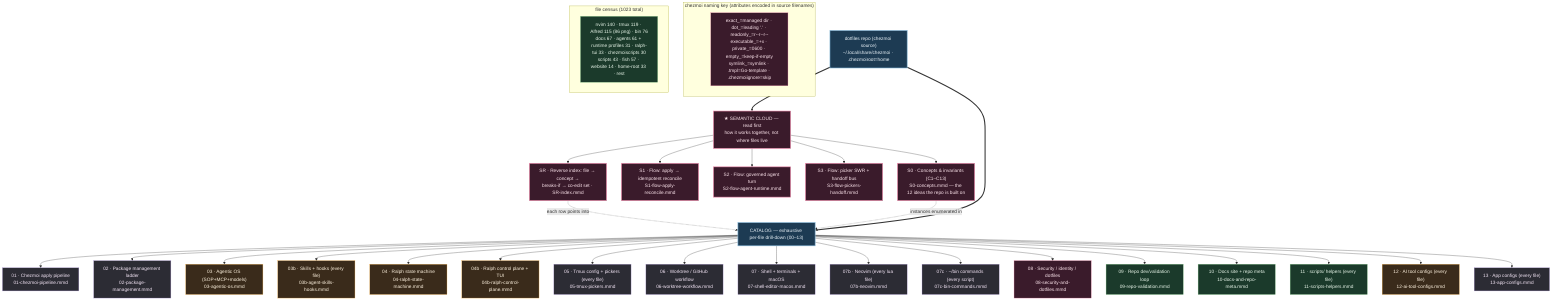
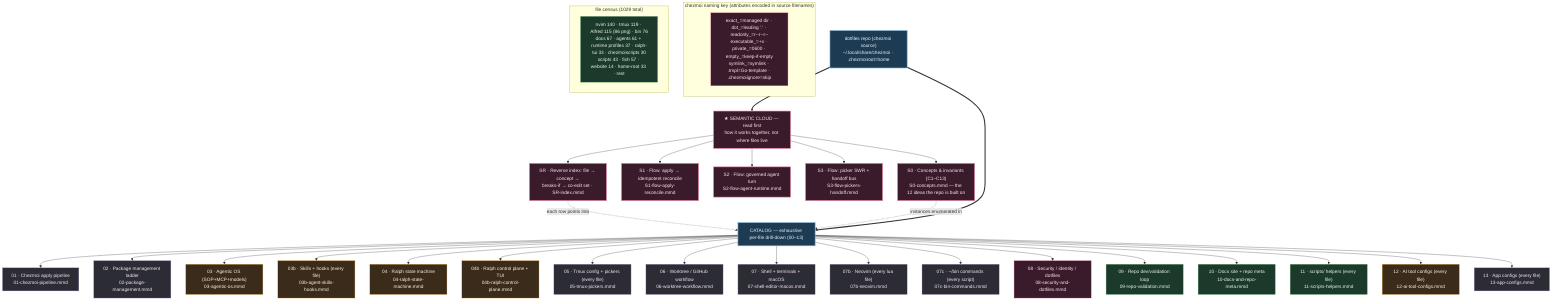
%% ============================================================================
%% 00-overview.mmd — Master navigation map for kapral18/dotfiles
%% TWO LAYERS:
%%   SEMANTIC CLOUD (read first) — how the system THINKS: concepts+invariants
%%     (S0), cross-cutting flows (S1/S2/S3), and a reverse index (SR) that maps
%%     any file to its concept, blast radius, and co-edit set.
%%   CATALOG (drill-down) — how the system is LAID OUT: 00-13 enumerate every
- %%     one of the 1023 tracked files by exact chezmoi source path.
+ %%     one of the 1029 tracked files by exact chezmoi source path.
%% `home/` is chezmoi source deployed to $HOME; scripts/tools/website/docs are
%% repo-side (NOT deployed). Each node → a deeper .mmd.
%% ============================================================================
graph TD
    classDef entry fill:#1d3b53,stroke:#7fb3d5,color:#eaf2f8,stroke-width:2px;
    classDef sys fill:#2c2c34,stroke:#b39ddb,color:#f3e5f5;
    classDef ai fill:#3a2b1b,stroke:#ffb74d,color:#fff3e0;
    classDef repo fill:#1b3a2b,stroke:#81c784,color:#e8f5e9;
    classDef data fill:#3a1b2b,stroke:#f48fb1,color:#fce4ec;
    classDef sem fill:#3a1b2b,stroke:#f48fb1,color:#fce4ec,stroke-width:2px;

    ROOT["dotfiles repo (chezmoi source)<br/>~/.local/share/chezmoi · .chezmoiroot=home"]:::entry

    %% ---- SEMANTIC LAYER (read before the catalog) --------------------------
    ROOT ==> SEMHEAD["★ SEMANTIC CLOUD — read first<br/>how it works together, not where files live"]:::sem
    SEMHEAD --> S0["S0 · Concepts & invariants (C1–C13)<br/>S0-concepts.mmd — the 12 ideas the repo is built on"]:::sem
    SEMHEAD --> S1["S1 · Flow: apply → idempotent reconcile<br/>S1-flow-apply-reconcile.mmd"]:::sem
    SEMHEAD --> S2["S2 · Flow: governed agent turn<br/>S2-flow-agent-runtime.mmd"]:::sem
    SEMHEAD --> S3["S3 · Flow: picker SWR + handoff bus<br/>S3-flow-pickers-handoff.mmd"]:::sem
    SEMHEAD --> SR["SR · Reverse index: file → concept →<br/>breaks-if → co-edit set · SR-index.mmd"]:::sem
    SR -. "each row points into" .-> CATHEAD
    S0 -. "instances enumerated in" .-> CATHEAD

    %% ---- CATALOG LAYER (exhaustive per-file drill-down) --------------------
    ROOT ==> CATHEAD["CATALOG — exhaustive per-file drill-down (00–13)"]:::entry

    CATHEAD --> CZ["01 · Chezmoi apply pipeline<br/>01-chezmoi-pipeline.mmd"]:::sys
    CATHEAD --> PKG["02 · Package management ladder<br/>02-package-management.mmd"]:::sys
    CATHEAD --> AIOS["03 · Agentic OS (SOP+MCP+models)<br/>03-agentic-os.mmd"]:::ai
    CATHEAD --> SKILLS["03b · Skills + hooks (every file)<br/>03b-agent-skills-hooks.mmd"]:::ai
    CATHEAD --> RALPH["04 · Ralph state machine<br/>04-ralph-state-machine.mmd"]:::ai
    CATHEAD --> RALPHCP["04b · Ralph control plane + TUI<br/>04b-ralph-control-plane.mmd"]:::ai
    CATHEAD --> TMUX["05 · Tmux config + pickers (every file)<br/>05-tmux-pickers.mmd"]:::sys
    CATHEAD --> WT["06 · Worktree / GitHub workflow<br/>06-worktree-workflow.mmd"]:::sys
    CATHEAD --> SEM["07 · Shell + terminals + macOS<br/>07-shell-editor-macos.mmd"]:::sys
    CATHEAD --> NVIM["07b · Neovim (every lua file)<br/>07b-neovim.mmd"]:::sys
    CATHEAD --> BIN["07c · ~/bin commands (every script)<br/>07c-bin-commands.mmd"]:::sys
    CATHEAD --> SEC["08 · Security / identity / dotfiles<br/>08-security-and-dotfiles.mmd"]:::data
    CATHEAD --> VAL["09 · Repo dev/validation loop<br/>09-repo-validation.mmd"]:::repo
    CATHEAD --> DOCS["10 · Docs site + repo meta<br/>10-docs-and-repo-meta.mmd"]:::repo
    CATHEAD --> SCRIPTS["11 · scripts/ helpers (every file)<br/>11-scripts-helpers.mmd"]:::repo
    CATHEAD --> AICFG["12 · AI tool configs (every file)<br/>12-ai-tool-configs.mmd"]:::ai
    CATHEAD --> APPS["13 · App configs (every file)<br/>13-app-configs.mmd"]:::sys

    subgraph KEY["chezmoi naming key (attributes encoded in source filenames)"]
        K1["exact_=managed dir · dot_=leading '.' · readonly_=r--r--r--<br/>executable_=+x · private_=0600 · empty_=keep-if-empty<br/>symlink_=symlink · .tmpl=Go-template · .chezmoiignore=skip"]:::data
    end

-     subgraph COUNTS["file census (1023 total)"]
-         C1["nvim 140 · tmux 119 · Alfred 115 (86 png) · bin 76<br/>docs 67 · agents 61 + runtime profiles 31 · ralph-tui 33 · chezmoiscripts 30<br/>scripts 43 · fish 57 · website 14 · home-root 33 · rest"]:::repo
+     subgraph COUNTS["file census (1029 total)"]
+         C1["nvim 140 · tmux 119 · Alfred 115 (86 png) · bin 76<br/>docs 67 · agents 61 + runtime profiles 37 · ralph-tui 33 · chezmoiscripts 30<br/>scripts 43 · fish 57 · website 14 · home-root 33 · rest"]:::repo
    end
